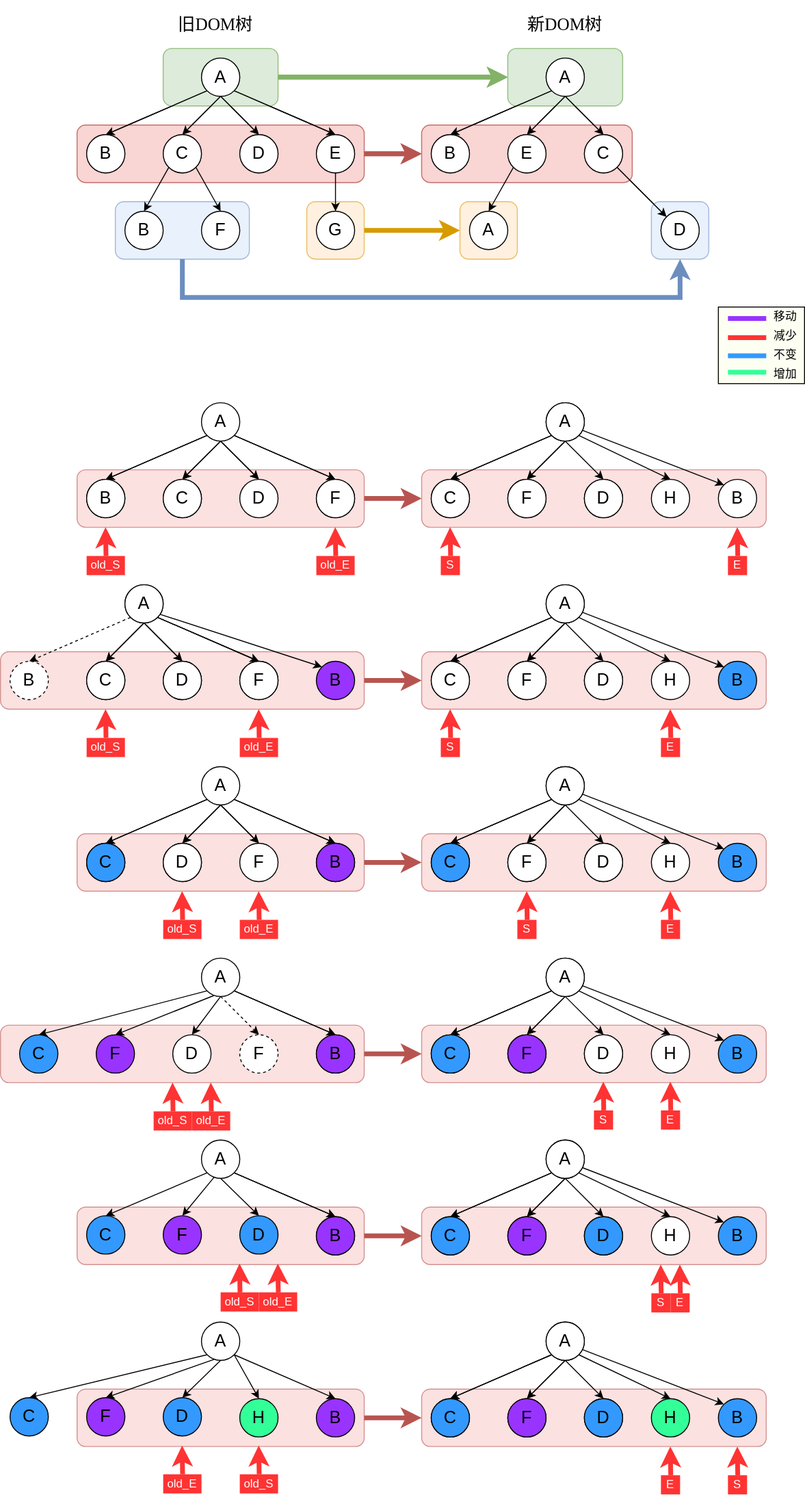
DKwingSON/myDrawIO keeps this draw.io diagram as diff_illustrationV2.svg. Above is the earlier version. Source tidied: cells renumbered, new cells last; positions are measured from the earlier drawing's top-left corner, leaving out a move shared by most shapes.
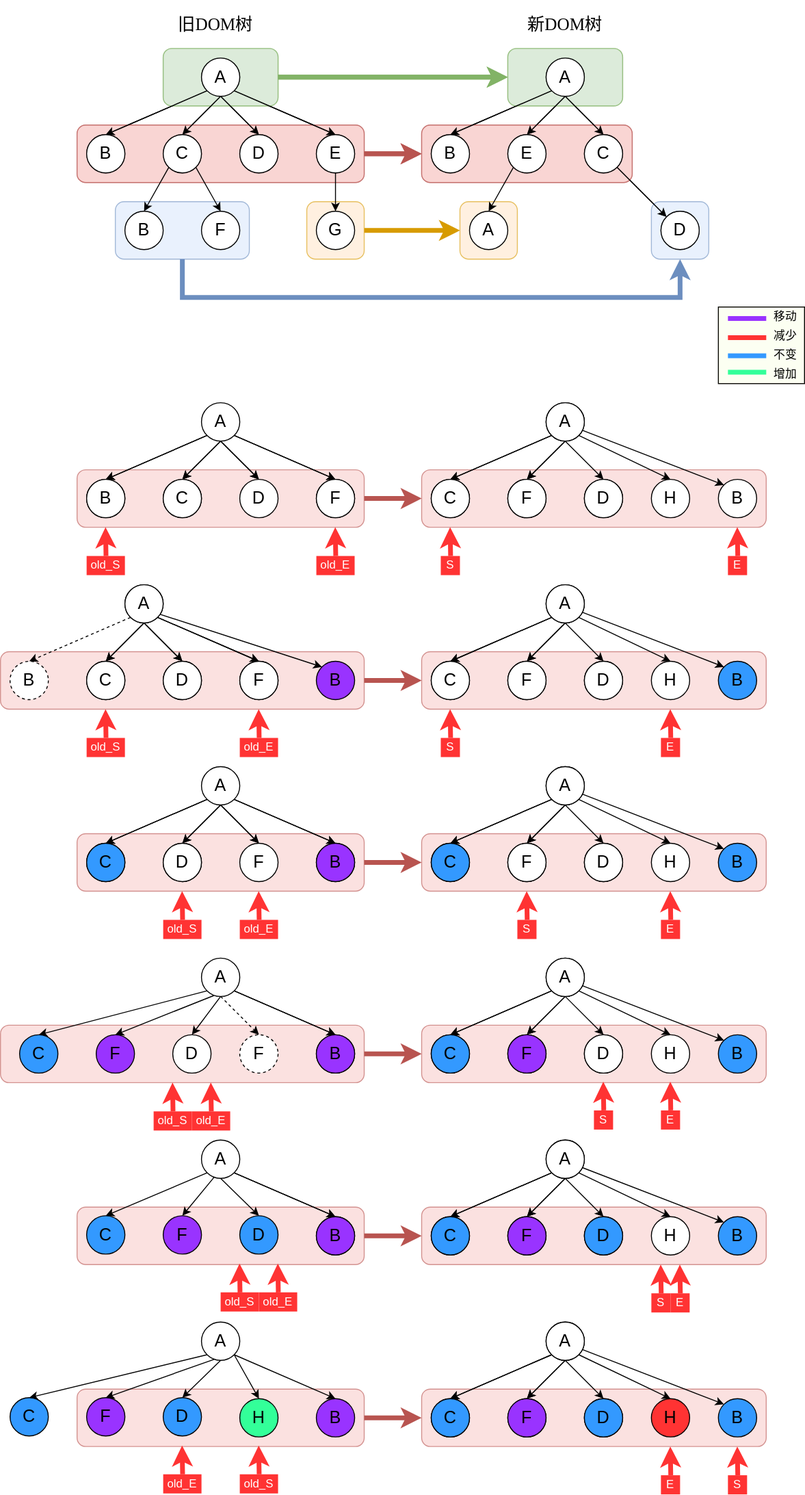
Later version of the same file.

Diff of the diagram source:
```diff
@@ -1134,7 +1134,7 @@
     <mxCell id="336" value="&lt;font style=&quot;font-size: 18px&quot;&gt;D&lt;/font&gt;" style="ellipse;whiteSpace=wrap;html=1;fillColor=#3399FF;" parent="1" vertex="1">
       <mxGeometry x="610" y="1460" width="40" height="40" as="geometry" />
     </mxCell>
-    <mxCell id="337" value="&lt;font style=&quot;font-size: 18px&quot;&gt;H&lt;/font&gt;" style="ellipse;whiteSpace=wrap;html=1;fillColor=#33FF99;" parent="1" vertex="1">
+    <mxCell id="337" value="&lt;font style=&quot;font-size: 18px&quot;&gt;H&lt;/font&gt;" style="ellipse;whiteSpace=wrap;html=1;fillColor=#FF3333;" parent="1" vertex="1">
       <mxGeometry x="680" y="1460" width="40" height="40" as="geometry" />
     </mxCell>
     <mxCell id="338" value="&lt;font style=&quot;font-size: 18px&quot;&gt;B&lt;/font&gt;" style="ellipse;whiteSpace=wrap;html=1;fillColor=#3399FF;" parent="1" vertex="1">
```
